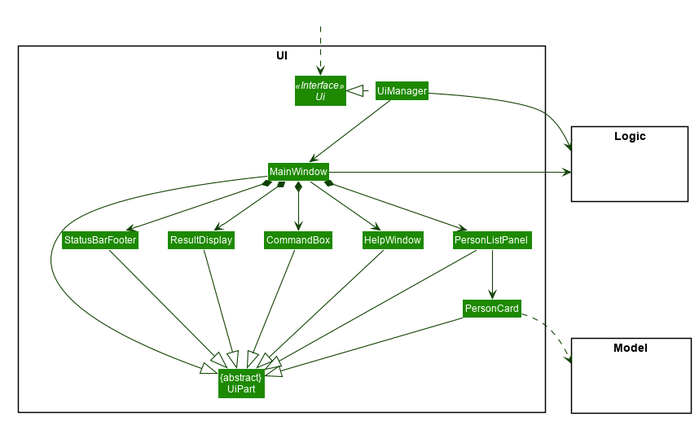
Before: docs/images/UiClassDiagram.png, a diagram exported from PlantUML (nus-cs2103-AY2021S2/tp).
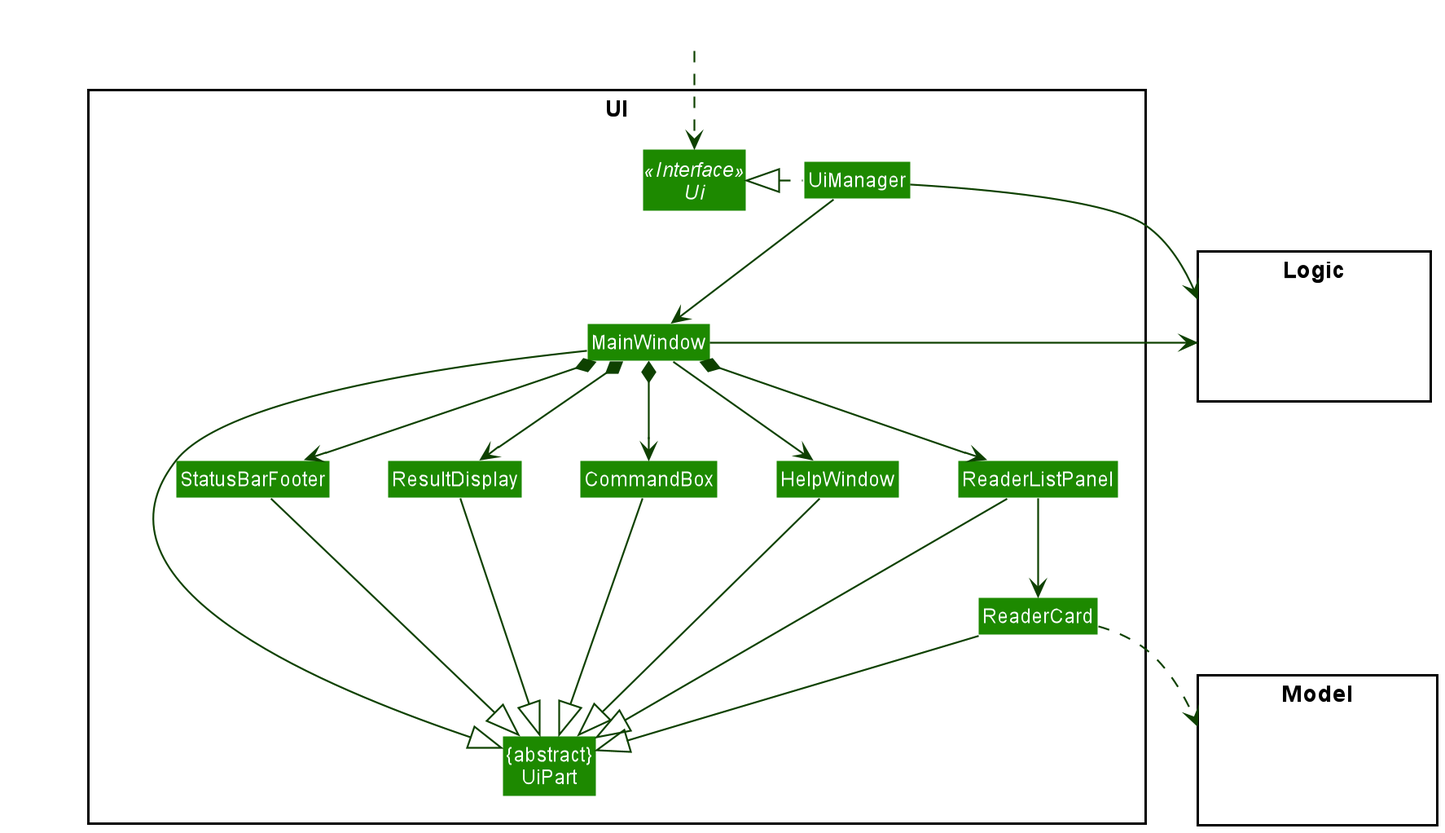
After the commit.

What changed in the source:
```diff
@@ -1,55 +1,8 @@
 @startuml
-
-
-
-
-
-
-
-
-skinparam BackgroundColor #FFFFFFF
-
-skinparam Shadowing false
-
-skinparam Class {
-    FontColor #FFFFFF
-    BorderThickness 1
-    BorderColor #FFFFFF
-    StereotypeFontColor #FFFFFF
-    FontName Arial
-}
-
-skinparam Actor {
-    BorderColor #000000
-    Color #000000
-    FontName Arial
-}
-
-skinparam Sequence {
-    MessageAlign center
-    BoxFontSize 15
-    BoxPadding 0
-    BoxFontColor #FFFFFF
-    FontName Arial
-}
-
-skinparam Participant {
-    FontColor #FFFFFFF
-    Padding 20
-}
-
-skinparam MinClassWidth 50
-skinparam ParticipantPadding 10
-skinparam Shadowing false
-skinparam DefaultTextAlignment center
-skinparam packageStyle Rectangle
-
-hide footbox
-hide members
-hide circle
+!include style.puml
 skinparam arrowThickness 1.1
-skinparam arrowColor #0E4100
-skinparam classBackgroundColor #1D8900
+skinparam arrowColor UI_COLOR_T4
+skinparam classBackgroundColor UI_COLOR
 
 package UI <<Rectangle>>{
 Interface Ui <<Interface>>
@@ -58,8 +11,8 @@
 Class MainWindow
 Class HelpWindow
 Class ResultDisplay
-Class PersonListPanel
-Class PersonCard
+Class ReaderListPanel
+Class ReaderCard
 Class StatusBarFooter
 Class CommandBox
 }
@@ -80,25 +33,25 @@
 MainWindow --> HelpWindow
 MainWindow *-down-> CommandBox
 MainWindow *-down-> ResultDisplay
-MainWindow *-down-> PersonListPanel
+MainWindow *-down-> ReaderListPanel
 MainWindow *-down-> StatusBarFooter
 
-PersonListPanel -down-> PersonCard
+ReaderListPanel -down-> ReaderCard
 
 MainWindow -left-|> UiPart
 
 ResultDisplay --|> UiPart
 CommandBox --|> UiPart
-PersonListPanel --|> UiPart
-PersonCard --|> UiPart
+ReaderListPanel --|> UiPart
+ReaderCard --|> UiPart
 StatusBarFooter --|> UiPart
 HelpWindow -down-|> UiPart
 
-PersonCard ..> Model
+ReaderCard ..> Model
 UiManager -right-> Logic
 MainWindow -left-> Logic
 
-PersonListPanel -[hidden]left- HelpWindow
+ReaderListPanel -[hidden]left- HelpWindow
 HelpWindow -[hidden]left- CommandBox
 CommandBox -[hidden]left- ResultDisplay
 ResultDisplay -[hidden]left- StatusBarFooter
```
